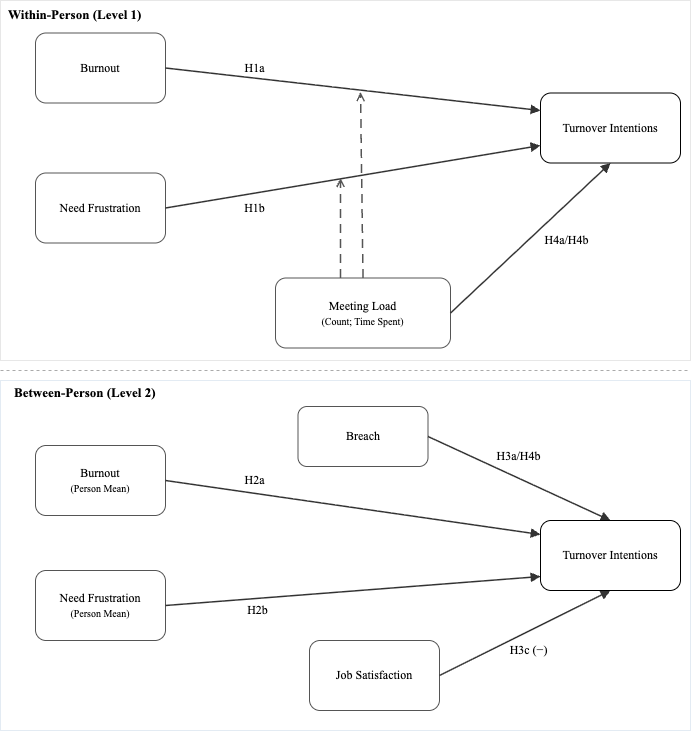
The draw.io diagram images/thesis-research-model.png in datasci-iopsy/dkg-phd-thesis, before a commit. Source tidied: cells renumbered, new cells last; positions are measured from the earlier drawing's top-left corner, leaving out a move shared by most shapes.
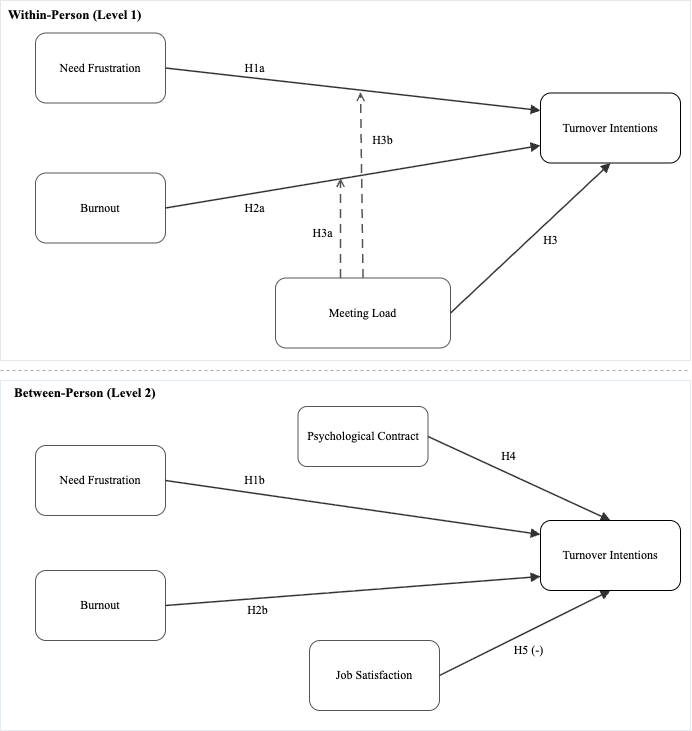
After the change.

Commit message:
Update proposed model images - pre-commit hook and doc to reference

What changed in the source:
```diff
@@ -2,111 +2,117 @@
   <root>
     <mxCell id="0" />
     <mxCell id="1" parent="0" />
-    <mxCell id="2" style="rounded=0;whiteSpace=wrap;html=1;fillColor=none;strokeColor=#d0d0d0;opacity=50;fontFamily=Times New Roman;" parent="1" vertex="1">
+    <mxCell id="2" style="rounded=0;whiteSpace=wrap;html=1;fillColor=none;strokeColor=#d0d0d0;opacity=50;fontFamily=Times New Roman;fontColor=default;" parent="1" vertex="1">
       <mxGeometry width="690" height="360" as="geometry" />
     </mxCell>
-    <mxCell id="3" value="Within-Person (Level 1)" style="text;html=1;align=left;verticalAlign=top;strokeColor=none;fillColor=none;fontStyle=1;fontSize=13;fontFamily=Times New Roman;" parent="1" vertex="1">
+    <mxCell id="3" value="Within-Person (Level 1)" style="text;html=1;align=left;verticalAlign=top;strokeColor=none;fillColor=none;fontStyle=1;fontSize=13;fontFamily=Times New Roman;fontColor=default;" parent="1" vertex="1">
       <mxGeometry x="6" width="280" height="28" as="geometry" />
     </mxCell>
-    <mxCell id="4" value="Burnout" style="rounded=1;whiteSpace=wrap;html=1;fillColor=#ffffff;strokeColor=#555555;fontSize=12;fontFamily=Times New Roman;" parent="1" vertex="1">
+    <mxCell id="4" value="Need Frustration" style="rounded=1;whiteSpace=wrap;html=1;fillColor=#ffffff;strokeColor=#555555;fontSize=12;fontFamily=Times New Roman;fontColor=default;" parent="1" vertex="1">
       <mxGeometry x="35" y="32.5" width="130" height="70" as="geometry" />
     </mxCell>
-    <mxCell id="5" value="Need Frustration" style="rounded=1;whiteSpace=wrap;html=1;fillColor=#ffffff;strokeColor=#555555;fontSize=12;fontFamily=Times New Roman;" parent="1" vertex="1">
+    <mxCell id="5" value="Burnout" style="rounded=1;whiteSpace=wrap;html=1;fillColor=#ffffff;strokeColor=#555555;fontSize=12;fontFamily=Times New Roman;fontColor=default;" parent="1" vertex="1">
       <mxGeometry x="35" y="172.5" width="130" height="70" as="geometry" />
     </mxCell>
-    <mxCell id="6" value="Meeting Load&lt;br&gt;&lt;font style=&quot;font-size: 10px;&quot;&gt;(Count; Time Spent)&lt;/font&gt;" style="rounded=1;whiteSpace=wrap;html=1;fillColor=#ffffff;strokeColor=#555555;fontSize=12;fontFamily=Times New Roman;" parent="1" vertex="1">
+    <mxCell id="6" value="Meeting Load" style="rounded=1;whiteSpace=wrap;html=1;fillColor=#ffffff;strokeColor=#555555;fontSize=12;fontFamily=Times New Roman;fontColor=default;" parent="1" vertex="1">
       <mxGeometry x="275" y="277.5" width="175" height="70" as="geometry" />
     </mxCell>
-    <mxCell id="7" value="Turnover Intentions" style="rounded=1;whiteSpace=wrap;html=1;fontSize=12;fontFamily=Times New Roman;" parent="1" vertex="1">
+    <mxCell id="7" value="Turnover Intentions" style="rounded=1;whiteSpace=wrap;html=1;fontSize=12;fontFamily=Times New Roman;fontColor=default;" parent="1" vertex="1">
       <mxGeometry x="540" y="92.5" width="140" height="70" as="geometry" />
     </mxCell>
-    <mxCell id="8" style="endArrow=block;endFill=1;html=1;strokeColor=#333333;strokeWidth=1.5;exitX=1;exitY=0.5;exitDx=0;exitDy=0;entryX=0;entryY=0.25;entryDx=0;entryDy=0;fontFamily=Times New Roman;" parent="1" edge="1" source="4" target="7">
+    <mxCell id="8" style="endArrow=block;endFill=1;html=1;strokeColor=#333333;strokeWidth=1.5;exitX=1;exitY=0.5;exitDx=0;exitDy=0;entryX=0;entryY=0.25;entryDx=0;entryDy=0;fontFamily=Times New Roman;fontColor=default;" parent="1" edge="1" source="4" target="7">
       <mxGeometry relative="1" as="geometry" />
     </mxCell>
-    <mxCell id="9" style="endArrow=block;endFill=1;html=1;strokeColor=#333333;strokeWidth=1.5;exitX=1;exitY=0.5;exitDx=0;exitDy=0;entryX=0;entryY=0.75;entryDx=0;entryDy=0;fontFamily=Times New Roman;" parent="1" edge="1" source="5" target="7">
+    <mxCell id="9" style="endArrow=block;endFill=1;html=1;strokeColor=#333333;strokeWidth=1.5;exitX=1;exitY=0.5;exitDx=0;exitDy=0;entryX=0;entryY=0.75;entryDx=0;entryDy=0;fontFamily=Times New Roman;fontColor=default;" parent="1" edge="1" source="5" target="7">
       <mxGeometry relative="1" as="geometry" />
     </mxCell>
-    <mxCell id="10" style="endArrow=block;endFill=1;html=1;strokeColor=#333333;strokeWidth=1.5;exitX=1;exitY=0.5;exitDx=0;exitDy=0;entryX=0.5;entryY=1;entryDx=0;entryDy=0;fontFamily=Times New Roman;" parent="1" edge="1" source="6" target="7">
+    <mxCell id="10" style="endArrow=block;endFill=1;html=1;strokeColor=#333333;strokeWidth=1.5;exitX=1;exitY=0.5;exitDx=0;exitDy=0;entryX=0.5;entryY=1;entryDx=0;entryDy=0;fontFamily=Times New Roman;fontColor=default;" parent="1" edge="1" source="6" target="7">
       <mxGeometry relative="1" as="geometry" />
     </mxCell>
-    <mxCell id="11" style="endArrow=open;endFill=0;html=1;strokeColor=#555555;strokeWidth=1.5;dashed=1;dashPattern=6 4;exitX=0.5;exitY=0;exitDx=0;exitDy=0;targetPerimeterSpacing=0;fontFamily=Times New Roman;" parent="1" edge="1" source="6">
+    <mxCell id="11" style="endArrow=open;endFill=0;html=1;strokeColor=#555555;strokeWidth=1.5;dashed=1;dashPattern=6 4;exitX=0.5;exitY=0;exitDx=0;exitDy=0;targetPerimeterSpacing=0;fontFamily=Times New Roman;fontColor=default;" parent="1" edge="1" source="6">
       <mxGeometry relative="1" as="geometry">
         <mxPoint x="360" y="91.5" as="targetPoint" />
       </mxGeometry>
     </mxCell>
-    <mxCell id="12" style="endArrow=open;endFill=0;html=1;strokeColor=#555555;strokeWidth=1.5;dashed=1;dashPattern=6 4;fontFamily=Times New Roman;" parent="1" edge="1">
+    <mxCell id="12" style="endArrow=open;endFill=0;html=1;strokeColor=#555555;strokeWidth=1.5;dashed=1;dashPattern=6 4;fontFamily=Times New Roman;fontColor=default;" parent="1" edge="1">
       <mxGeometry relative="1" as="geometry">
         <mxPoint x="340" y="277.5" as="sourcePoint" />
         <mxPoint x="340" y="177.5" as="targetPoint" />
       </mxGeometry>
     </mxCell>
-    <mxCell id="13" value="&lt;font style=&quot;font-size: 12px;&quot;&gt;H1a&lt;/font&gt;" style="text;html=1;align=center;verticalAlign=middle;strokeColor=none;fillColor=none;fontSize=10;fontFamily=Times New Roman;" parent="1" vertex="1">
+    <mxCell id="13" value="&lt;font style=&quot;font-size: 12px;&quot;&gt;H1a&lt;/font&gt;" style="text;html=1;align=center;verticalAlign=middle;strokeColor=none;fillColor=none;fontSize=10;fontFamily=Times New Roman;fontColor=default;" parent="1" vertex="1">
       <mxGeometry x="236" y="57.5" width="36" height="20" as="geometry" />
     </mxCell>
-    <mxCell id="14" value="&lt;font style=&quot;font-size: 12px;&quot;&gt;H1b&lt;/font&gt;" style="text;html=1;align=center;verticalAlign=middle;strokeColor=none;fillColor=none;fontSize=10;fontFamily=Times New Roman;" parent="1" vertex="1">
+    <mxCell id="14" value="&lt;font style=&quot;font-size: 12px;&quot;&gt;H2a&lt;/font&gt;" style="text;html=1;align=center;verticalAlign=middle;strokeColor=none;fillColor=none;fontSize=10;fontFamily=Times New Roman;fontColor=default;" parent="1" vertex="1">
       <mxGeometry x="236" y="197.5" width="36" height="20" as="geometry" />
     </mxCell>
-    <mxCell id="15" value="H4a/H4b" style="text;html=1;align=center;verticalAlign=middle;strokeColor=none;fillColor=none;fontSize=12;fontFamily=Times New Roman;" parent="1" vertex="1">
-      <mxGeometry x="536" y="230" width="60" height="20" as="geometry" />
+    <mxCell id="15" value="H3" style="text;html=1;align=center;verticalAlign=middle;strokeColor=none;fillColor=none;fontSize=12;fontFamily=Times New Roman;fontColor=default;" parent="1" vertex="1">
+      <mxGeometry x="520" y="230" width="60" height="20" as="geometry" />
     </mxCell>
-    <mxCell id="16" style="endArrow=none;dashed=1;html=1;strokeColor=#aaaaaa;strokeWidth=1;fontFamily=Times New Roman;" parent="1" edge="1">
+    <mxCell id="16" style="endArrow=none;dashed=1;html=1;strokeColor=#aaaaaa;strokeWidth=1;fontFamily=Times New Roman;fontColor=default;" parent="1" edge="1">
       <mxGeometry relative="1" as="geometry">
         <mxPoint y="370" as="sourcePoint" />
         <mxPoint x="690" y="370" as="targetPoint" />
       </mxGeometry>
     </mxCell>
-    <mxCell id="17" style="rounded=0;whiteSpace=wrap;html=1;fillColor=none;strokeColor=#c8d8e8;opacity=50;fontFamily=Times New Roman;" parent="1" vertex="1">
+    <mxCell id="17" style="rounded=0;whiteSpace=wrap;html=1;fillColor=none;strokeColor=#c8d8e8;opacity=50;fontFamily=Times New Roman;fontColor=default;" parent="1" vertex="1">
       <mxGeometry y="380" width="690" height="350" as="geometry" />
     </mxCell>
-    <mxCell id="18" value="Between-Person (Level 2)" style="text;html=1;align=left;verticalAlign=top;strokeColor=none;fillColor=none;fontStyle=1;fontSize=13;fontFamily=Times New Roman;" parent="1" vertex="1">
+    <mxCell id="18" value="Between-Person (Level 2)" style="text;html=1;align=left;verticalAlign=top;strokeColor=none;fillColor=none;fontStyle=1;fontSize=13;fontFamily=Times New Roman;fontColor=default;" parent="1" vertex="1">
       <mxGeometry x="12" y="378" width="280" height="28" as="geometry" />
     </mxCell>
-    <mxCell id="19" value="Burnout&lt;br&gt;&lt;font style=&quot;font-size: 10px;&quot;&gt;(Person Mean)&lt;/font&gt;" style="rounded=1;whiteSpace=wrap;html=1;fillColor=#ffffff;strokeColor=#555555;fontSize=12;fontFamily=Times New Roman;" parent="1" vertex="1">
+    <mxCell id="19" value="Need Frustration" style="rounded=1;whiteSpace=wrap;html=1;fillColor=#ffffff;strokeColor=#555555;fontSize=12;fontFamily=Times New Roman;fontColor=default;" parent="1" vertex="1">
       <mxGeometry x="35" y="445" width="130" height="70" as="geometry" />
     </mxCell>
-    <mxCell id="20" value="Need Frustration&lt;br&gt;&lt;font style=&quot;font-size: 10px;&quot;&gt;(Person Mean)&lt;/font&gt;" style="rounded=1;whiteSpace=wrap;html=1;fillColor=#ffffff;strokeColor=#555555;fontSize=12;fontFamily=Times New Roman;" parent="1" vertex="1">
+    <mxCell id="20" value="Burnout" style="rounded=1;whiteSpace=wrap;html=1;fillColor=#ffffff;strokeColor=#555555;fontSize=12;fontFamily=Times New Roman;fontColor=default;" parent="1" vertex="1">
       <mxGeometry x="35" y="570" width="130" height="70" as="geometry" />
     </mxCell>
-    <mxCell id="21" value="Breach" style="rounded=1;whiteSpace=wrap;html=1;fillColor=#ffffff;strokeColor=#555555;fontSize=12;fontFamily=Times New Roman;" parent="1" vertex="1">
+    <mxCell id="21" value="Psychological Contract" style="rounded=1;whiteSpace=wrap;html=1;fillColor=#ffffff;strokeColor=#555555;fontSize=12;fontFamily=Times New Roman;fontColor=default;" parent="1" vertex="1">
       <mxGeometry x="297.5" y="406" width="130" height="60" as="geometry" />
     </mxCell>
-    <mxCell id="22" value="Job Satisfaction" style="rounded=1;whiteSpace=wrap;html=1;fillColor=#ffffff;strokeColor=#555555;fontSize=12;fontFamily=Times New Roman;" parent="1" vertex="1">
+    <mxCell id="22" value="Job Satisfaction" style="rounded=1;whiteSpace=wrap;html=1;fillColor=#ffffff;strokeColor=#555555;fontSize=12;fontFamily=Times New Roman;fontColor=default;" parent="1" vertex="1">
       <mxGeometry x="309" y="640" width="130" height="70" as="geometry" />
     </mxCell>
-    <mxCell id="23" style="endArrow=block;endFill=1;html=1;strokeColor=#333333;strokeWidth=1.5;exitX=1;exitY=0.5;exitDx=0;exitDy=0;entryX=0;entryY=0.2;entryDx=0;entryDy=0;fontFamily=Times New Roman;" parent="1" edge="1" source="19">
+    <mxCell id="23" style="endArrow=block;endFill=1;html=1;strokeColor=#333333;strokeWidth=1.5;exitX=1;exitY=0.5;exitDx=0;exitDy=0;entryX=0;entryY=0.2;entryDx=0;entryDy=0;fontFamily=Times New Roman;fontColor=default;" parent="1" edge="1" source="19">
       <mxGeometry relative="1" as="geometry">
         <mxPoint x="540" y="534" as="targetPoint" />
       </mxGeometry>
     </mxCell>
-    <mxCell id="24" style="endArrow=block;endFill=1;html=1;strokeColor=#333333;strokeWidth=1.5;exitX=1;exitY=0.5;exitDx=0;exitDy=0;entryX=0;entryY=0.8;entryDx=0;entryDy=0;fontFamily=Times New Roman;" parent="1" edge="1" source="20">
+    <mxCell id="24" style="endArrow=block;endFill=1;html=1;strokeColor=#333333;strokeWidth=1.5;exitX=1;exitY=0.5;exitDx=0;exitDy=0;entryX=0;entryY=0.8;entryDx=0;entryDy=0;fontFamily=Times New Roman;fontColor=default;" parent="1" edge="1" source="20">
       <mxGeometry relative="1" as="geometry">
         <mxPoint x="540" y="576" as="targetPoint" />
       </mxGeometry>
     </mxCell>
-    <mxCell id="25" style="endArrow=block;endFill=1;html=1;strokeColor=#333333;strokeWidth=1.5;exitX=1;exitY=0.5;exitDx=0;exitDy=0;entryX=0.5;entryY=0;entryDx=0;entryDy=0;fontFamily=Times New Roman;" parent="1" edge="1" source="21">
+    <mxCell id="25" style="endArrow=block;endFill=1;html=1;strokeColor=#333333;strokeWidth=1.5;exitX=1;exitY=0.5;exitDx=0;exitDy=0;entryX=0.5;entryY=0;entryDx=0;entryDy=0;fontFamily=Times New Roman;fontColor=default;" parent="1" edge="1" source="21">
       <mxGeometry relative="1" as="geometry">
         <mxPoint x="610" y="520" as="targetPoint" />
       </mxGeometry>
     </mxCell>
-    <mxCell id="26" style="endArrow=block;endFill=1;html=1;strokeColor=#333333;strokeWidth=1.5;exitX=1;exitY=0.5;exitDx=0;exitDy=0;entryX=0.5;entryY=1;entryDx=0;entryDy=0;fontFamily=Times New Roman;" parent="1" edge="1" source="22">
+    <mxCell id="26" style="endArrow=block;endFill=1;html=1;strokeColor=#333333;strokeWidth=1.5;exitX=1;exitY=0.5;exitDx=0;exitDy=0;entryX=0.5;entryY=1;entryDx=0;entryDy=0;fontFamily=Times New Roman;fontColor=default;" parent="1" edge="1" source="22">
       <mxGeometry relative="1" as="geometry">
         <mxPoint x="610" y="590" as="targetPoint" />
       </mxGeometry>
     </mxCell>
-    <mxCell id="27" value="&lt;font style=&quot;font-size: 12px;&quot;&gt;H2a&lt;/font&gt;" style="text;html=1;align=center;verticalAlign=middle;strokeColor=none;fillColor=none;fontSize=10;fontFamily=Times New Roman;" parent="1" vertex="1">
+    <mxCell id="27" value="&lt;font style=&quot;font-size: 12px;&quot;&gt;H1b&lt;/font&gt;" style="text;html=1;align=center;verticalAlign=middle;strokeColor=none;fillColor=none;fontSize=10;fontFamily=Times New Roman;fontColor=default;" parent="1" vertex="1">
       <mxGeometry x="236" y="470" width="36" height="20" as="geometry" />
     </mxCell>
-    <mxCell id="28" value="H2b" style="text;html=1;align=center;verticalAlign=middle;strokeColor=none;fillColor=none;fontSize=12;fontFamily=Times New Roman;" parent="1" vertex="1">
+    <mxCell id="28" value="H2b" style="text;html=1;align=center;verticalAlign=middle;strokeColor=none;fillColor=none;fontSize=12;fontFamily=Times New Roman;fontColor=default;" parent="1" vertex="1">
       <mxGeometry x="239" y="600" width="36" height="20" as="geometry" />
     </mxCell>
-    <mxCell id="29" value="H3a/H4b" style="text;html=1;align=center;verticalAlign=middle;strokeColor=none;fillColor=none;fontSize=12;fontFamily=Times New Roman;" parent="1" vertex="1">
-      <mxGeometry x="500" y="446" width="36" height="20" as="geometry" />
+    <mxCell id="29" value="H4" style="text;html=1;align=center;verticalAlign=middle;strokeColor=none;fillColor=none;fontSize=12;fontFamily=Times New Roman;fontColor=default;" parent="1" vertex="1">
+      <mxGeometry x="490" y="446" width="36" height="20" as="geometry" />
     </mxCell>
-    <mxCell id="30" value="H3c (−)" style="text;html=1;align=center;verticalAlign=middle;strokeColor=none;fillColor=none;fontSize=12;fontFamily=Times New Roman;" parent="1" vertex="1">
+    <mxCell id="30" value="H5 (-)" style="text;html=1;align=center;verticalAlign=middle;strokeColor=none;fillColor=none;fontSize=12;fontFamily=Times New Roman;fontColor=default;" parent="1" vertex="1">
       <mxGeometry x="500" y="640" width="55" height="20" as="geometry" />
     </mxCell>
-    <mxCell id="31" value="Turnover Intentions" style="rounded=1;whiteSpace=wrap;html=1;fontSize=12;fontFamily=Times New Roman;" parent="1" vertex="1">
+    <mxCell id="31" value="Turnover Intentions" style="rounded=1;whiteSpace=wrap;html=1;fontSize=12;fontFamily=Times New Roman;fontColor=default;" parent="1" vertex="1">
       <mxGeometry x="540" y="520" width="140" height="70" as="geometry" />
     </mxCell>
+    <mxCell id="32" value="H3b" style="text;html=1;align=center;verticalAlign=middle;strokeColor=none;fillColor=none;fontSize=12;fontFamily=Times New Roman;fontColor=default;" parent="1" vertex="1">
+      <mxGeometry x="352" y="130" width="60" height="20" as="geometry" />
+    </mxCell>
+    <mxCell id="33" value="H3a" style="text;html=1;align=center;verticalAlign=middle;strokeColor=none;fillColor=none;fontSize=12;fontFamily=Times New Roman;fontColor=default;" parent="1" vertex="1">
+      <mxGeometry x="292" y="222.5" width="60" height="20" as="geometry" />
+    </mxCell>
   </root>
 </mxGraphModel>
```
